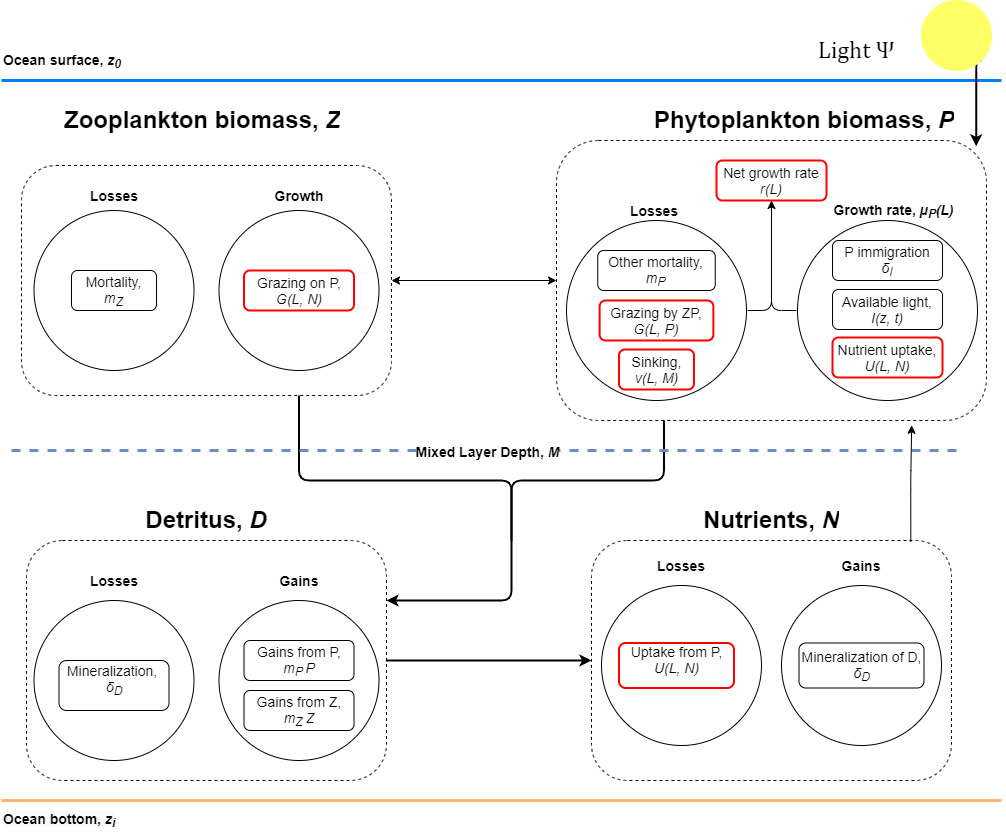
This is Figures/ModelIllustration.png from MickiJensen/Final-report, a draw.io export, as it was before one commit. Source tidied: cells renumbered, new cells last; positions are measured from the earlier drawing's top-left corner, leaving out a move shared by most shapes.
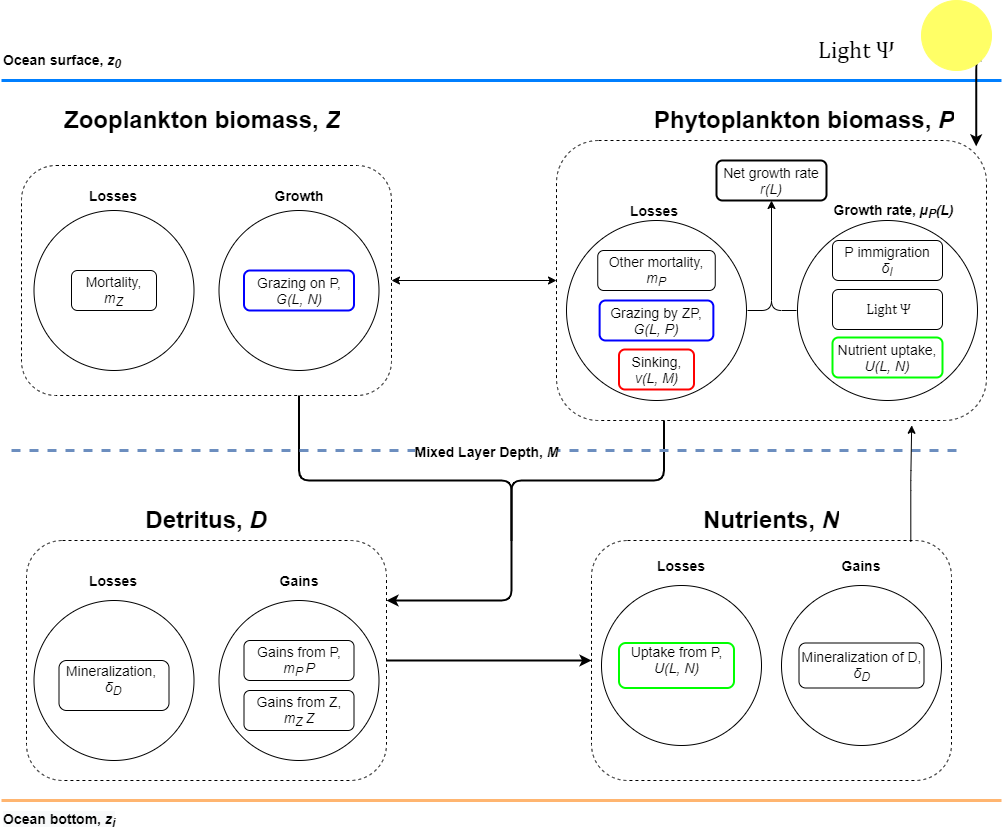
After the commit.

What changed in the source:
```diff
@@ -62,16 +62,16 @@
     <mxCell id="14" value="&lt;span style=&quot;font-size: 18pt ; font-family: &amp;#34;cambria math&amp;#34;&quot;&gt;&amp;nbsp;Light Ψ&lt;/span&gt;" style="text;html=1;strokeColor=none;fillColor=none;align=center;verticalAlign=middle;whiteSpace=wrap;rounded=0;" parent="1" vertex="1">
       <mxGeometry x="790" y="40" width="125" height="20" as="geometry" />
     </mxCell>
-    <mxCell id="15" value="&lt;font style=&quot;font-size: 14px&quot;&gt;Nutrient uptake, &lt;i&gt;U(L, N)&lt;/i&gt;&lt;/font&gt;" style="rounded=1;whiteSpace=wrap;html=1;strokeWidth=2;fillColor=none;strokeColor=#FF0000;" parent="1" vertex="1">
+    <mxCell id="15" value="&lt;font style=&quot;font-size: 14px&quot;&gt;Nutrient uptake, &lt;i&gt;U(L, N)&lt;/i&gt;&lt;/font&gt;" style="rounded=1;whiteSpace=wrap;html=1;strokeWidth=2;fillColor=none;strokeColor=#00FF00;" parent="1" vertex="1">
       <mxGeometry x="831" y="337" width="110" height="40" as="geometry" />
     </mxCell>
-    <mxCell id="16" value="&lt;font style=&quot;font-size: 14px&quot;&gt;Available light,&lt;br&gt;&lt;i&gt;I(z, t)&lt;/i&gt;&lt;/font&gt;" style="rounded=1;whiteSpace=wrap;html=1;strokeWidth=1;fillColor=none;" parent="1" vertex="1">
+    <mxCell id="16" value="&lt;span style=&quot;font-family: &amp;#34;cambria math&amp;#34;&quot;&gt;&lt;font style=&quot;font-size: 14px&quot;&gt;&amp;nbsp;Light Ψ&lt;/font&gt;&lt;/span&gt;" style="rounded=1;whiteSpace=wrap;html=1;strokeWidth=1;fillColor=none;" parent="1" vertex="1">
       <mxGeometry x="831" y="289" width="110" height="40" as="geometry" />
     </mxCell>
-    <mxCell id="17" value="&lt;font style=&quot;font-size: 14px&quot;&gt;Net growth rate&lt;br&gt;&lt;/font&gt;&lt;i style=&quot;font-size: 14px&quot;&gt;&lt;font style=&quot;font-size: 14px&quot;&gt;r(L)&lt;/font&gt;&lt;br&gt;&lt;/i&gt;" style="rounded=1;whiteSpace=wrap;html=1;strokeWidth=2;fillColor=none;strokeColor=#FF0000;" parent="1" vertex="1">
+    <mxCell id="17" value="&lt;font style=&quot;font-size: 14px&quot;&gt;Net growth rate&lt;br&gt;&lt;/font&gt;&lt;i style=&quot;font-size: 14px&quot;&gt;&lt;font style=&quot;font-size: 14px&quot;&gt;r(L)&lt;/font&gt;&lt;br&gt;&lt;/i&gt;" style="rounded=1;whiteSpace=wrap;html=1;strokeWidth=2;fillColor=none;" parent="1" vertex="1">
       <mxGeometry x="715" y="160" width="110" height="40" as="geometry" />
     </mxCell>
-    <mxCell id="18" value="&lt;font style=&quot;font-size: 14px&quot;&gt;Grazing by ZP,&lt;br&gt;&lt;i&gt;G(L, P)&lt;/i&gt;&lt;/font&gt;" style="rounded=1;whiteSpace=wrap;html=1;strokeWidth=2;fillColor=none;strokeColor=#FF0000;" parent="1" vertex="1">
+    <mxCell id="18" value="&lt;font style=&quot;font-size: 14px&quot;&gt;Grazing by ZP,&lt;br&gt;&lt;i&gt;G(L, P)&lt;/i&gt;&lt;/font&gt;" style="rounded=1;whiteSpace=wrap;html=1;strokeWidth=2;fillColor=none;strokeColor=#0000FF;" parent="1" vertex="1">
       <mxGeometry x="598.1" y="300" width="113.8" height="40" as="geometry" />
     </mxCell>
     <mxCell id="19" value="&lt;font style=&quot;font-size: 14px&quot;&gt;Other mortality,&lt;br&gt;&lt;i&gt;m&lt;sub&gt;P&lt;/sub&gt;&lt;/i&gt;&lt;/font&gt;" style="rounded=1;whiteSpace=wrap;html=1;strokeWidth=1;fillColor=none;" parent="1" vertex="1">
@@ -101,7 +101,7 @@
     <mxCell id="25" style="ellipse;whiteSpace=wrap;html=1;fillColor=none;strokeWidth=1;perimeterSpacing=1;" parent="1" vertex="1">
       <mxGeometry x="217.5" y="210" width="160" height="160" as="geometry" />
     </mxCell>
-    <mxCell id="26" value="&lt;font style=&quot;font-size: 14px&quot;&gt;Grazing on P,&lt;br&gt;&lt;i&gt;G(L, N)&lt;/i&gt;&lt;/font&gt;" style="rounded=1;whiteSpace=wrap;html=1;strokeWidth=2;fillColor=none;strokeColor=#FF0000;" parent="1" vertex="1">
+    <mxCell id="26" value="&lt;font style=&quot;font-size: 14px&quot;&gt;Grazing on P,&lt;br&gt;&lt;i&gt;G(L, N)&lt;/i&gt;&lt;/font&gt;" style="rounded=1;whiteSpace=wrap;html=1;strokeWidth=2;fillColor=none;strokeColor=#0000FF;" parent="1" vertex="1">
       <mxGeometry x="242.5" y="270" width="110" height="40" as="geometry" />
     </mxCell>
     <mxCell id="27" value="&lt;font style=&quot;font-size: 14px&quot;&gt;&lt;b&gt;Growth&lt;/b&gt;&lt;/font&gt;" style="text;html=1;strokeColor=none;fillColor=none;align=center;verticalAlign=middle;whiteSpace=wrap;rounded=0;" parent="1" vertex="1">
@@ -179,7 +179,7 @@
     <mxCell id="50" style="ellipse;whiteSpace=wrap;html=1;fillColor=none;strokeWidth=1;perimeterSpacing=1;" parent="1" vertex="1">
       <mxGeometry x="600" y="585" width="160" height="160" as="geometry" />
     </mxCell>
-    <mxCell id="51" value="&lt;font style=&quot;font-size: 14px&quot;&gt;Uptake from P,&lt;br&gt;&lt;i&gt;U(L, N)&lt;/i&gt;&lt;/font&gt;&lt;br&gt;&lt;p class=&quot;MsoNormal&quot;&gt;&lt;/p&gt;" style="rounded=1;whiteSpace=wrap;html=1;strokeWidth=2;fillColor=none;strokeColor=#FF0000;" parent="1" vertex="1">
+    <mxCell id="51" value="&lt;font style=&quot;font-size: 14px&quot;&gt;Uptake from P,&lt;br&gt;&lt;i&gt;U(L, N)&lt;/i&gt;&lt;/font&gt;&lt;br&gt;&lt;p class=&quot;MsoNormal&quot;&gt;&lt;/p&gt;" style="rounded=1;whiteSpace=wrap;html=1;strokeWidth=2;fillColor=none;strokeColor=#00FF00;" parent="1" vertex="1">
       <mxGeometry x="617.5" y="642.5" width="115" height="45" as="geometry" />
     </mxCell>
     <mxCell id="52" value="&lt;font style=&quot;font-size: 14px&quot;&gt;&lt;b&gt;Losses&lt;/b&gt;&lt;/font&gt;" style="text;html=1;strokeColor=none;fillColor=none;align=center;verticalAlign=middle;whiteSpace=wrap;rounded=0;" parent="1" vertex="1">
```
